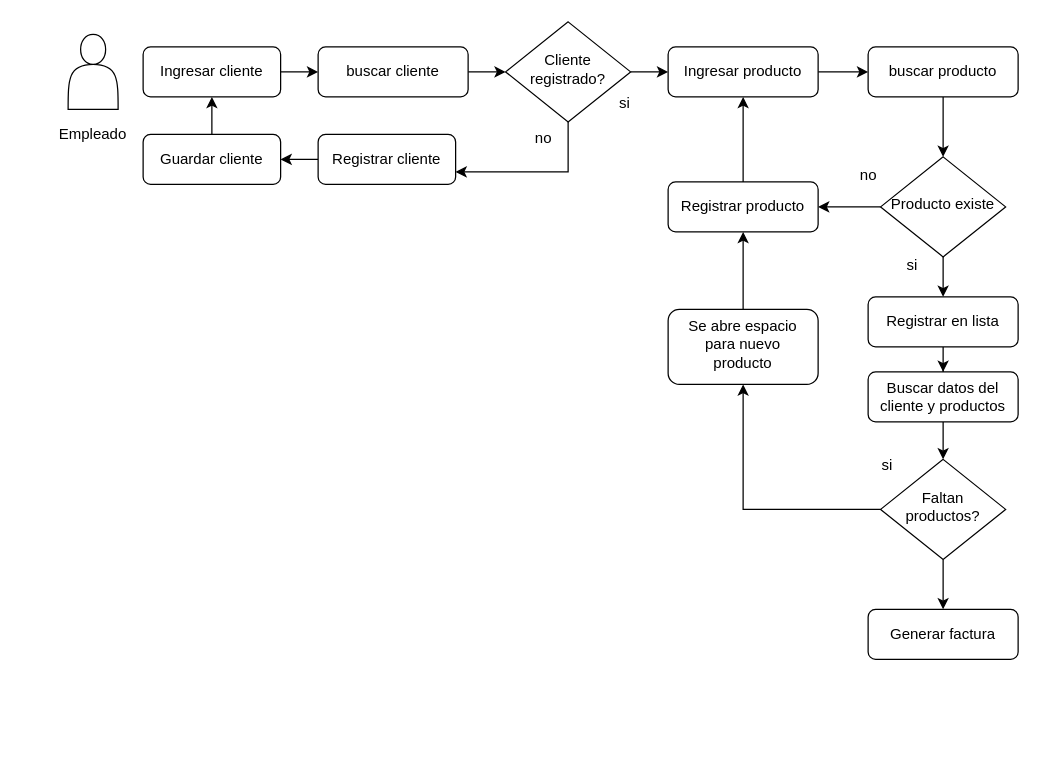
afrolino02/afrolino02 keeps this draw.io diagram as Diagrama sin título.drawio. Above is the earlier version. Source tidied: cells renumbered, new cells numbered last; positions are measured from the earlier drawing's top-left corner, leaving out a move shared by most shapes. Both pictures are drawn from the tidied source at 125%, with x=0, y=0 at pixel (42, 21).
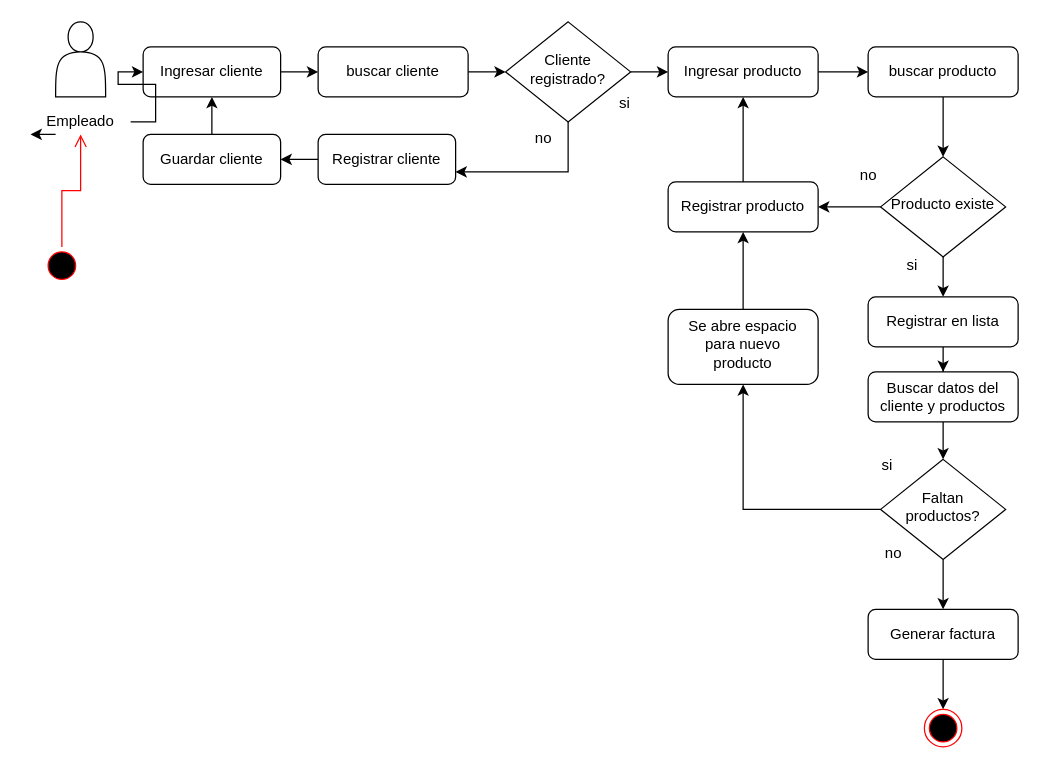
The same page after the edit.

Unchanged cells that the change refers to:
```xml
<mxCell id="3" value="Ingresar cliente" style="rounded=1;whiteSpace=wrap;html=1;fontSize=12;glass=0;strokeWidth=1;shadow=0;" parent="1" vertex="1">
  <mxGeometry x="80" y="20" width="110" height="40" as="geometry" />
</mxCell>
<mxCell id="32" value="Generar factura" style="rounded=1;whiteSpace=wrap;html=1;glass=0;strokeWidth=1;shadow=0;" parent="1" vertex="1">
  <mxGeometry x="660" y="470" width="120" height="40" as="geometry" />
</mxCell>
```

The edit, as a diff of the source:
```diff
@@
     <mxCell id="7" style="shape=actor;whiteSpace=wrap;html=1;" parent="1" vertex="1">
-      <mxGeometry x="20" y="10" width="40" height="60" as="geometry" />
+      <mxGeometry x="10" width="40" height="60" as="geometry" />
     </mxCell>
@@
+    <mxCell id="39" style="edgeStyle=orthogonalEdgeStyle;rounded=0;jettySize=auto;html=1;entryX=0;entryY=0.5;entryDx=0;entryDy=0;" parent="1" edge="1" source="10" target="3">
+      <mxGeometry relative="1" as="geometry" />
+    </mxCell>
+    <mxCell id="40" style="edgeStyle=orthogonalEdgeStyle;rounded=0;jettySize=auto;html=1;exitX=0.25;exitY=1;exitDx=0;exitDy=0;" parent="1" edge="1" source="10">
+      <mxGeometry relative="1" as="geometry">
+        <mxPoint x="-10" y="90" as="targetPoint" />
+      </mxGeometry>
+    </mxCell>
     <mxCell id="10" value="Empleado" style="text;html=1;strokeColor=none;fillColor=none;align=center;verticalAlign=middle;whiteSpace=wrap;overflow=hidden;" parent="1" vertex="1">
-      <mxGeometry y="80" width="80" height="20" as="geometry" />
+      <mxGeometry x="-10" y="70" width="80" height="20" as="geometry" />
     </mxCell>
@@
+    <mxCell id="41" style="edgeStyle=orthogonalEdgeStyle;rounded=0;jettySize=auto;html=1;" parent="1" edge="1" source="32" target="45">
+      <mxGeometry relative="1" as="geometry" />
+    </mxCell>
@@
+    <mxCell id="42" value="no" style="text;html=1;align=center;verticalAlign=middle;strokeColor=none;fillColor=none;" parent="1" vertex="1">
+      <mxGeometry x="660" y="410" width="40" height="30" as="geometry" />
+    </mxCell>
+    <mxCell id="43" style="ellipse;html=1;shape=startState;fillColor=#000000;strokeColor=#ff0000;" parent="1" vertex="1">
+      <mxGeometry y="180" width="30" height="30" as="geometry" />
+    </mxCell>
+    <mxCell id="44" style="edgeStyle=orthogonalEdgeStyle;html=1;verticalAlign=bottom;endArrow=open;endSize=8;strokeColor=#ff0000;rounded=0;" parent="1" edge="1" source="43" target="10">
+      <mxGeometry relative="1" as="geometry" />
+    </mxCell>
+    <mxCell id="45" style="ellipse;html=1;shape=endState;fillColor=#000000;strokeColor=#ff0000;" parent="1" vertex="1">
+      <mxGeometry x="705" y="550" width="30" height="30" as="geometry" />
+    </mxCell>
```
